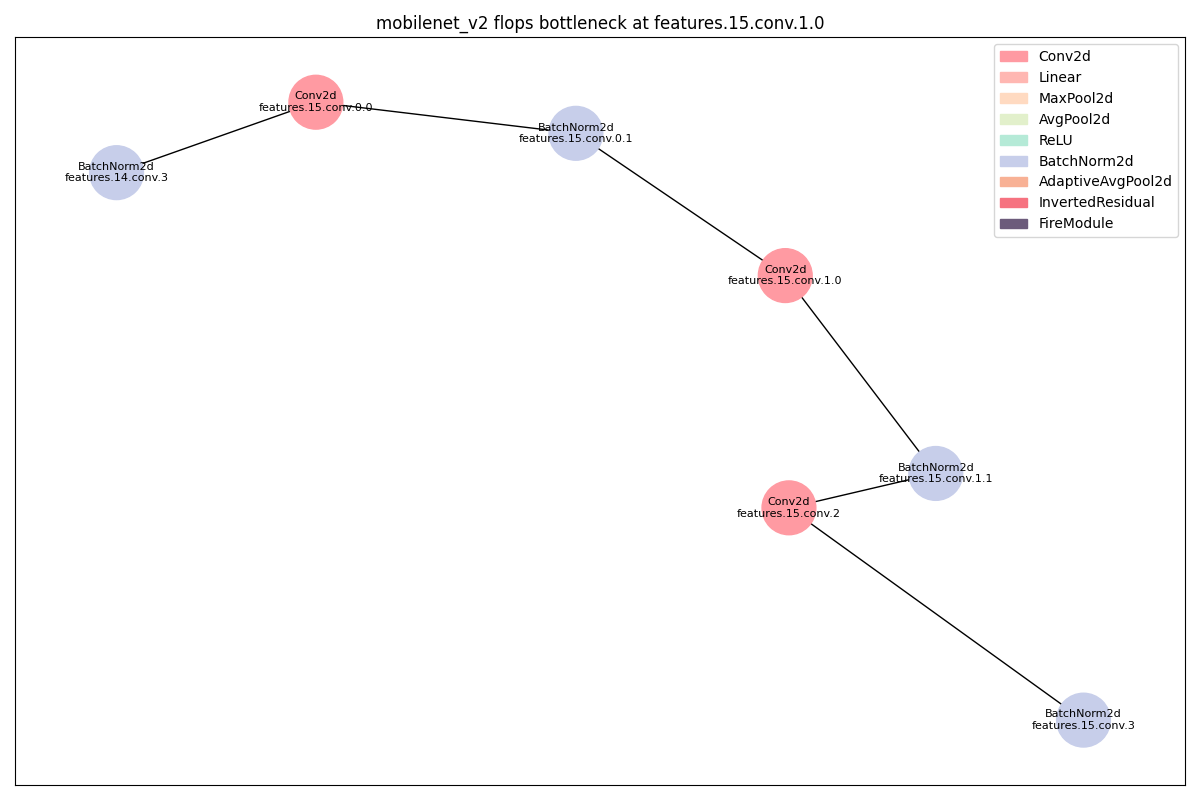
This is dags/mobilenet_v2_flops_features_15_conv_1_0_op.png from 11222-Meng/DNN_Bottlen_Layer_Analysis, a Graphviz export, as it was before one commit. Its source is kept beside it as dags/mobilenet_v2_flops_features_15_conv_1_0_op.dot.
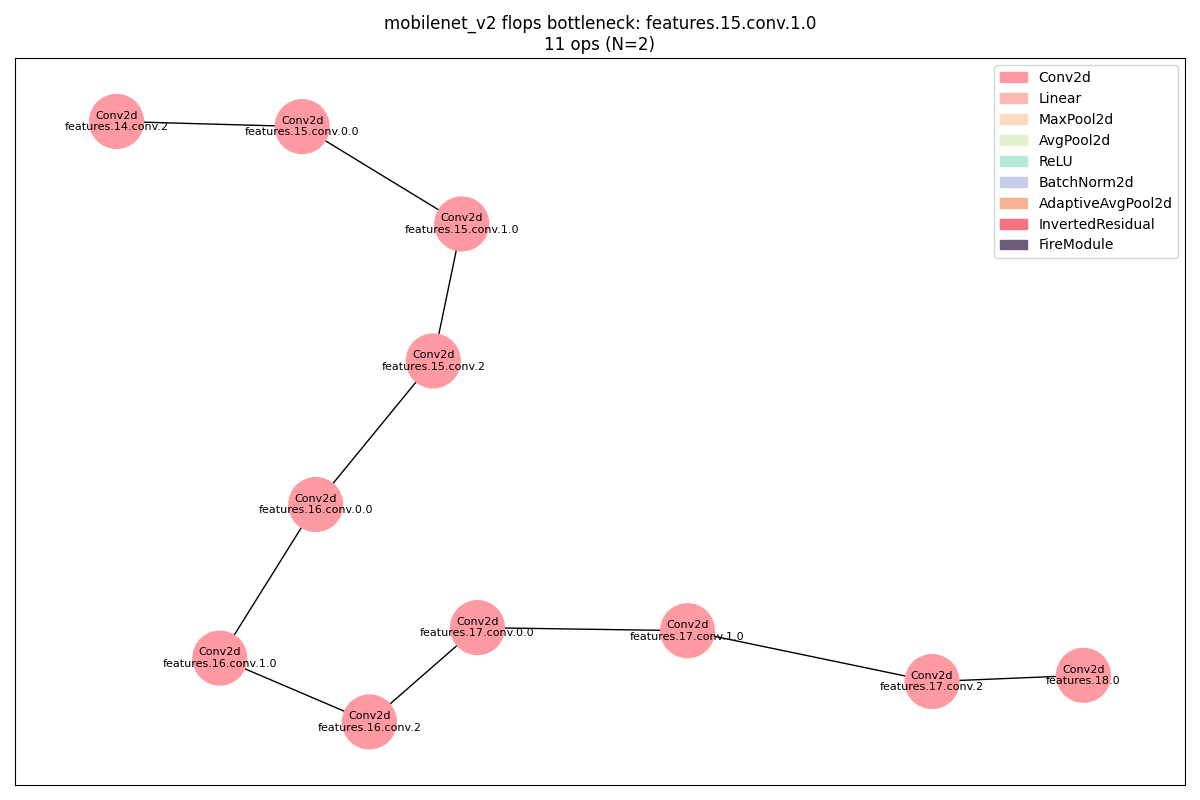
The same file after the commit.

Change to the diagram source:
```diff
@@ -1,36 +1,56 @@
 strict digraph "" {
-	BatchNorm2d_0	[color="#C7CEEA",
-		layer_name="features.14.conv.3",
-		params=320,
-		type=BatchNorm2d];
 	Conv2d_0	[color="#FF9AA2",
+		layer_name="features.14.conv.2",
+		params=92160,
+		type=Conv2d];
+	Conv2d_1	[color="#FF9AA2",
 		layer_name="features.15.conv.0.0",
 		params=153600,
 		type=Conv2d];
-	BatchNorm2d_0 -> Conv2d_0;
-	BatchNorm2d_1	[color="#C7CEEA",
-		layer_name="features.15.conv.0.1",
-		params=1920,
-		type=BatchNorm2d];
-	Conv2d_0 -> BatchNorm2d_1;
-	Conv2d_1	[color="#FF9AA2",
+	Conv2d_0 -> Conv2d_1;
+	Conv2d_2	[color="#FF9AA2",
 		layer_name="features.15.conv.1.0",
 		params=8640,
 		type=Conv2d];
-	BatchNorm2d_1 -> Conv2d_1;
-	BatchNorm2d_2	[color="#C7CEEA",
-		layer_name="features.15.conv.1.1",
-		params=1920,
-		type=BatchNorm2d];
-	Conv2d_1 -> BatchNorm2d_2;
-	Conv2d_2	[color="#FF9AA2",
+	Conv2d_1 -> Conv2d_2;
+	Conv2d_3	[color="#FF9AA2",
 		layer_name="features.15.conv.2",
 		params=153600,
 		type=Conv2d];
-	BatchNorm2d_2 -> Conv2d_2;
-	BatchNorm2d_3	[color="#C7CEEA",
-		layer_name="features.15.conv.3",
-		params=320,
-		type=BatchNorm2d];
-	Conv2d_2 -> BatchNorm2d_3;
+	Conv2d_2 -> Conv2d_3;
+	Conv2d_4	[color="#FF9AA2",
+		layer_name="features.16.conv.0.0",
+		params=153600,
+		type=Conv2d];
+	Conv2d_3 -> Conv2d_4;
+	Conv2d_5	[color="#FF9AA2",
+		layer_name="features.16.conv.1.0",
+		params=8640,
+		type=Conv2d];
+	Conv2d_4 -> Conv2d_5;
+	Conv2d_6	[color="#FF9AA2",
+		layer_name="features.16.conv.2",
+		params=153600,
+		type=Conv2d];
+	Conv2d_5 -> Conv2d_6;
+	Conv2d_7	[color="#FF9AA2",
+		layer_name="features.17.conv.0.0",
+		params=153600,
+		type=Conv2d];
+	Conv2d_6 -> Conv2d_7;
+	Conv2d_8	[color="#FF9AA2",
+		layer_name="features.17.conv.1.0",
+		params=8640,
+		type=Conv2d];
+	Conv2d_7 -> Conv2d_8;
+	Conv2d_9	[color="#FF9AA2",
+		layer_name="features.17.conv.2",
+		params=307200,
+		type=Conv2d];
+	Conv2d_8 -> Conv2d_9;
+	Conv2d_10	[color="#FF9AA2",
+		layer_name="features.18.0",
+		params=409600,
+		type=Conv2d];
+	Conv2d_9 -> Conv2d_10;
 }
```
